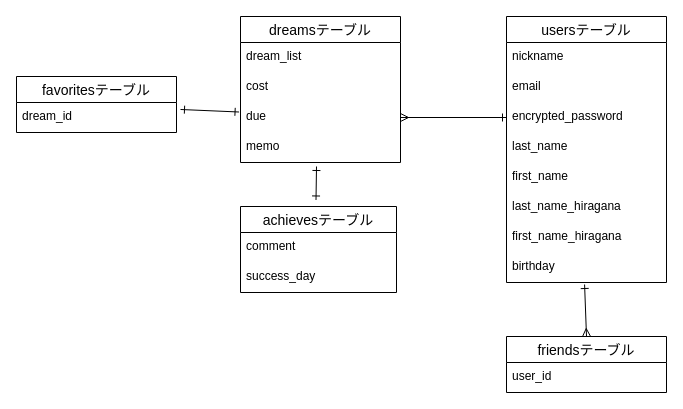
This is original-app.dio from Shibasaki-Suzuka/original-app, a draw.io file, before an edit. Source tidied: cells renumbered, new cells numbered last; positions are measured from the earlier drawing's top-left corner, leaving out a move shared by most shapes. Both pictures are drawn from the tidied source at 100%, with x=0, y=0 at pixel (16, 16).
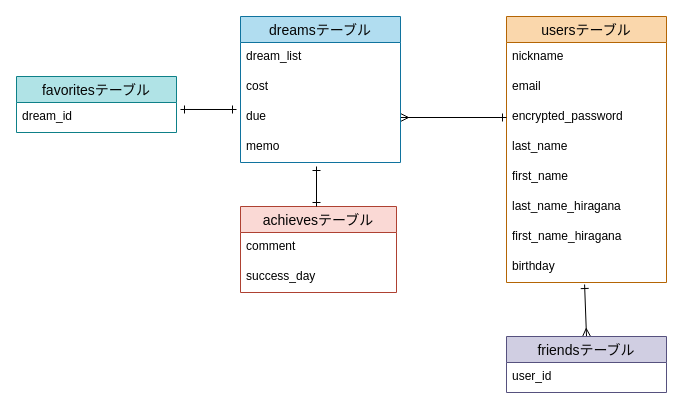
After the change.

The change refers to these unchanged cells:
```xml
<mxCell id="14" value="cost" style="text;strokeColor=none;fillColor=none;spacingLeft=4;spacingRight=4;overflow=hidden;points=[[0,0.5],[1,0.5]];portConstraint=eastwest;fontSize=12;" parent="12" vertex="1">
  <mxGeometry y="56" width="160" height="30" as="geometry" />
</mxCell>
<mxCell id="22" value="dream_id" style="text;strokeColor=none;fillColor=none;spacingLeft=4;spacingRight=4;overflow=hidden;points=[[0,0.5],[1,0.5]];portConstraint=eastwest;fontSize=12;" parent="21" vertex="1">
  <mxGeometry y="26" width="160" height="30" as="geometry" />
</mxCell>
```

What changed in the source:
```diff
@@
-    <mxCell id="2" value="usersテーブル" style="swimlane;fontStyle=0;horizontal=1;startSize=26;align=center;fontSize=14;" parent="1" vertex="1">
+    <mxCell id="2" value="usersテーブル" style="swimlane;fontStyle=0;horizontal=1;startSize=26;align=center;fontSize=14;fillColor=#fad7ac;strokeColor=#b46504;fontColor=#030303;" parent="1" vertex="1">
       <mxGeometry x="490" width="160" height="266" as="geometry" />
     </mxCell>
@@
-    <mxCell id="12" value="dreamsテーブル" style="swimlane;fontStyle=0;horizontal=1;startSize=26;align=center;fontSize=14;" parent="1" vertex="1">
+    <mxCell id="12" value="dreamsテーブル" style="swimlane;fontStyle=0;horizontal=1;startSize=26;align=center;fontSize=14;fillColor=#b1ddf0;strokeColor=#10739e;fontColor=#050505;" parent="1" vertex="1">
       <mxGeometry x="224" width="160" height="146" as="geometry" />
     </mxCell>
@@
-    <mxCell id="18" value="friendsテーブル" style="swimlane;fontStyle=0;horizontal=1;startSize=26;align=center;fontSize=14;" parent="1" vertex="1">
+    <mxCell id="18" value="friendsテーブル" style="swimlane;fontStyle=0;horizontal=1;startSize=26;align=center;fontSize=14;fillColor=#d0cee2;strokeColor=#56517e;fontColor=#050505;" parent="1" vertex="1">
       <mxGeometry x="490" y="320" width="160" height="56" as="geometry" />
     </mxCell>
@@
-    <mxCell id="20" style="edgeStyle=none;html=1;exitX=1.025;exitY=0.233;exitDx=0;exitDy=0;startArrow=ERone;startFill=0;endArrow=ERone;endFill=0;entryX=-0.009;entryY=1.317;entryDx=0;entryDy=0;entryPerimeter=0;exitPerimeter=0;" parent="1" edge="1" source="22" target="14">
-      <mxGeometry relative="1" as="geometry" />
+    <mxCell id="20" style="edgeStyle=none;html=1;exitX=1.025;exitY=0.233;exitDx=0;exitDy=0;startArrow=ERone;startFill=0;endArrow=ERone;endFill=0;exitPerimeter=0;" parent="1" edge="1" source="22">
+      <mxGeometry relative="1" as="geometry">
+        <mxPoint x="220" y="93" as="targetPoint" />
+      </mxGeometry>
     </mxCell>
-    <mxCell id="21" value="favoritesテーブル" style="swimlane;fontStyle=0;horizontal=1;startSize=26;align=center;fontSize=14;" parent="1" vertex="1">
+    <mxCell id="21" value="favoritesテーブル" style="swimlane;fontStyle=0;horizontal=1;startSize=26;align=center;fontSize=14;fillColor=#b0e3e6;strokeColor=#0e8088;fontColor=#050505;" parent="1" vertex="1">
       <mxGeometry y="60" width="160" height="56" as="geometry" />
     </mxCell>
@@
-    <mxCell id="23" value="achievesテーブル" style="swimlane;fontStyle=0;horizontal=1;startSize=26;align=center;fontSize=14;" parent="1" vertex="1">
+    <mxCell id="23" value="achievesテーブル" style="swimlane;fontStyle=0;horizontal=1;startSize=26;align=center;fontSize=14;fillColor=#fad9d5;strokeColor=#ae4132;fontColor=#030303;" parent="1" vertex="1">
       <mxGeometry x="224" y="190" width="156" height="86" as="geometry" />
     </mxCell>
@@
-    <mxCell id="26" style="edgeStyle=none;html=1;exitX=0.484;exitY=-0.076;exitDx=0;exitDy=0;startArrow=ERone;startFill=0;endArrow=ERone;endFill=0;exitPerimeter=0;" parent="1" edge="1" source="23">
+    <mxCell id="26" style="edgeStyle=none;html=1;startArrow=ERone;startFill=0;endArrow=ERone;endFill=0;" parent="1" edge="1">
       <mxGeometry relative="1" as="geometry">
+        <mxPoint x="300" y="190" as="sourcePoint" />
         <mxPoint x="300" y="150" as="targetPoint" />
       </mxGeometry>
     </mxCell>
```
